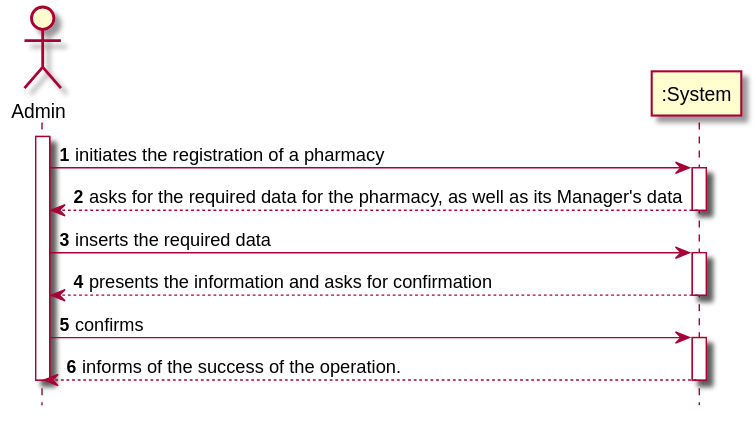
Before: docs/Iteration 1/Pharmacy Management/US40_RegisterPhamacy/US40_SSD.svg, a diagram exported from PlantUML (tiagoavcosta25/LAPR3).
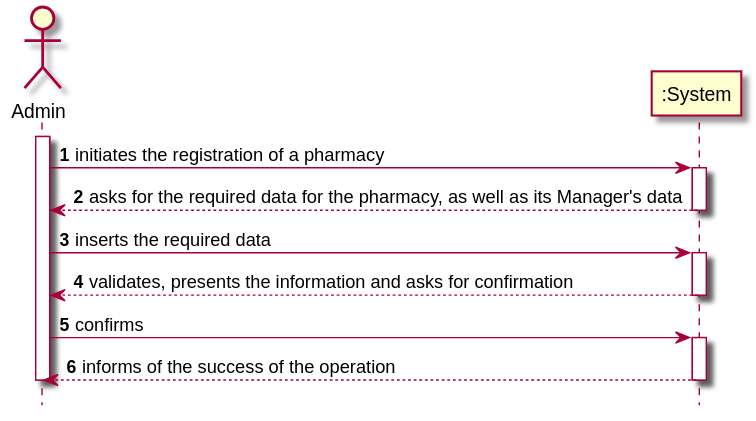
Later version of the same file.

Change to the diagram source:
```diff
@@ -14,12 +14,12 @@
 
 ADM -> SYST : inserts the required data
 activate SYST
-SYST --> ADM : presents the information and asks for confirmation
+SYST --> ADM : validates, presents the information and asks for confirmation
 deactivate SYST
 
 ADM -> SYST : confirms
 activate SYST
-SYST --> ADM : informs of the success of the operation.
+SYST --> ADM : informs of the success of the operation
 deactivate SYST
 
 deactivate ADM
```
